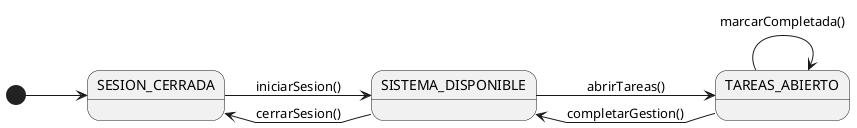
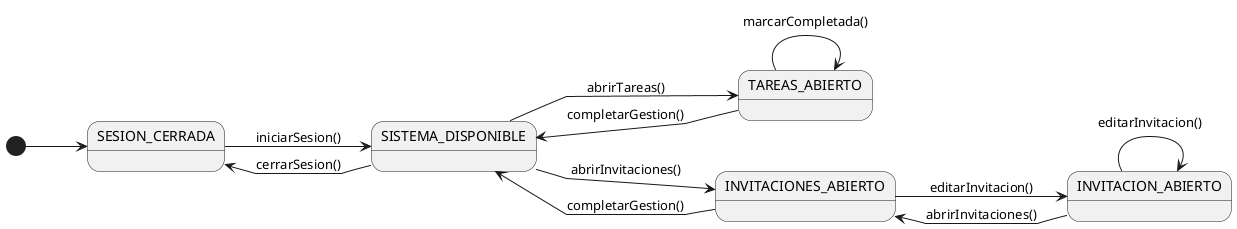
@startuml DiagramaContextoMiembro
left to right direction
skinparam linetype polyline

state "SESION_CERRADA" as NoAuth
state "SISTEMA_DISPONIBLE" as Menu

state "TAREAS_ABIERTO" as ListProgramas

+ state "INVITACIONES_ABIERTO" as ListInvitaciones
+ state "INVITACION_ABIERTO" as EditInvitacion
+ 
[*] --> NoAuth

NoAuth --> Menu : iniciarSesion()

Menu --> NoAuth : cerrarSesion()
Menu --> ListProgramas: abrirTareas()
+ Menu --> ListInvitaciones: abrirInvitaciones()

ListProgramas --> ListProgramas: marcarCompletada()
+ ListProgramas --> Menu: completarGestion()

- ListProgramas --> Menu: completarGestion()
+ ListInvitaciones --> EditInvitacion: editarInvitacion()
+ ListInvitaciones --> Menu: completarGestion()
+ 
+ EditInvitacion --> ListInvitaciones: abrirInvitaciones()
+ EditInvitacion --> EditInvitacion: editarInvitacion()
@enduml